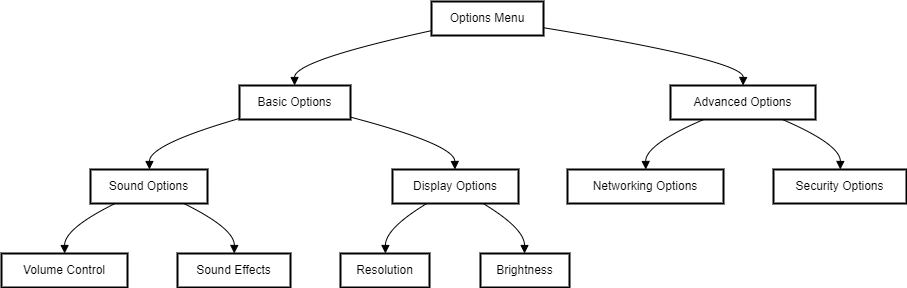
Above: Sleep as Android.drawio.png in Mishasama/draw.io (draw.io), before the change. Source tidied: cells renumbered, new cells last; positions are measured from the earlier drawing's top-left corner, leaving out a move shared by most shapes. The source it was exported from:
```xml
<mxGraphModel>
  <root>
    <mxCell id="0" />
    <mxCell id="1" parent="0" />
    <mxCell id="2" value="Options Menu" style="whiteSpace=wrap;strokeWidth=2;" parent="1" vertex="1">
      <mxGeometry x="430" width="112" height="34" as="geometry" />
    </mxCell>
    <mxCell id="3" value="Basic Options" style="whiteSpace=wrap;strokeWidth=2;" parent="1" vertex="1">
      <mxGeometry x="238" y="84" width="111" height="34" as="geometry" />
    </mxCell>
    <mxCell id="4" value="Advanced Options" style="whiteSpace=wrap;strokeWidth=2;" parent="1" vertex="1">
      <mxGeometry x="669" y="84" width="145" height="34" as="geometry" />
    </mxCell>
    <mxCell id="5" value="Sound Options" style="whiteSpace=wrap;strokeWidth=2;" parent="1" vertex="1">
      <mxGeometry x="89" y="168" width="117" height="34" as="geometry" />
    </mxCell>
    <mxCell id="6" value="Display Options" style="whiteSpace=wrap;strokeWidth=2;" parent="1" vertex="1">
      <mxGeometry x="391" y="168" width="126" height="34" as="geometry" />
    </mxCell>
    <mxCell id="7" value="Networking Options" style="whiteSpace=wrap;strokeWidth=2;" parent="1" vertex="1">
      <mxGeometry x="566" y="168" width="156" height="34" as="geometry" />
    </mxCell>
    <mxCell id="8" value="Security Options" style="whiteSpace=wrap;strokeWidth=2;" parent="1" vertex="1">
      <mxGeometry x="772" y="168" width="133" height="34" as="geometry" />
    </mxCell>
    <mxCell id="9" value="Volume Control" style="whiteSpace=wrap;strokeWidth=2;" parent="1" vertex="1">
      <mxGeometry y="252" width="126" height="34" as="geometry" />
    </mxCell>
    <mxCell id="10" value="Sound Effects" style="whiteSpace=wrap;strokeWidth=2;" parent="1" vertex="1">
      <mxGeometry x="176" y="252" width="113" height="34" as="geometry" />
    </mxCell>
    <mxCell id="11" value="Resolution" style="whiteSpace=wrap;strokeWidth=2;" parent="1" vertex="1">
      <mxGeometry x="339" y="252" width="89" height="34" as="geometry" />
    </mxCell>
    <mxCell id="12" value="Brightness" style="whiteSpace=wrap;strokeWidth=2;" parent="1" vertex="1">
      <mxGeometry x="479" y="252" width="89" height="34" as="geometry" />
    </mxCell>
    <mxCell id="13" style="curved=1;startArrow=none;endArrow=block;exitX=-0.002354213169642857;exitY=0.8591916274249418;entryX=0.49630489864864863;entryY=0;" parent="1" edge="1" source="2" target="3">
      <mxGeometry relative="1" as="geometry">
        <Array as="points">
          <mxPoint x="293" y="59" />
        </Array>
      </mxGeometry>
    </mxCell>
    <mxCell id="14" style="curved=1;startArrow=none;endArrow=block;exitX=0.9980643136160714;exitY=0.7705566145703265;entryX=0.5003367456896551;entryY=0;" parent="1" edge="1" source="2" target="4">
      <mxGeometry relative="1" as="geometry">
        <Array as="points">
          <mxPoint x="742" y="59" />
        </Array>
      </mxGeometry>
    </mxCell>
    <mxCell id="15" style="curved=1;startArrow=none;endArrow=block;exitX=-0.004469313063063063;exitY=0.9730609495571038;entryX=0.5037560096153846;entryY=0;" parent="1" edge="1" source="3" target="5">
      <mxGeometry relative="1" as="geometry">
        <Array as="points">
          <mxPoint x="148" y="143" />
        </Array>
      </mxGeometry>
    </mxCell>
    <mxCell id="16" style="curved=1;startArrow=none;endArrow=block;exitX=0.9970791103603603;exitY=0.9281682956586403;entryX=0.4957062251984127;entryY=0;" parent="1" edge="1" source="3" target="6">
      <mxGeometry relative="1" as="geometry">
        <Array as="points">
          <mxPoint x="453" y="143" />
        </Array>
      </mxGeometry>
    </mxCell>
    <mxCell id="17" style="curved=1;startArrow=none;endArrow=block;exitX=0.22886712335796425;exitY=1;entryX=0.5019155649038461;entryY=0;" parent="1" edge="1" source="4" target="7">
      <mxGeometry relative="1" as="geometry">
        <Array as="points">
          <mxPoint x="644" y="143" />
        </Array>
      </mxGeometry>
    </mxCell>
    <mxCell id="18" style="curved=1;startArrow=none;endArrow=block;exitX=0.7718063680213461;exitY=1;entryX=0.5022468280075187;entryY=0;" parent="1" edge="1" source="4" target="8">
      <mxGeometry relative="1" as="geometry">
        <Array as="points">
          <mxPoint x="839" y="143" />
        </Array>
      </mxGeometry>
    </mxCell>
    <mxCell id="19" style="curved=1;startArrow=none;endArrow=block;exitX=0.2104076840404966;exitY=1;entryX=0.5011470734126984;entryY=0;" parent="1" edge="1" source="5" target="9">
      <mxGeometry relative="1" as="geometry">
        <Array as="points">
          <mxPoint x="63" y="227" />
        </Array>
      </mxGeometry>
    </mxCell>
    <mxCell id="20" style="curved=1;startArrow=none;endArrow=block;exitX=0.7971043351902727;exitY=1;entryX=0.5020741150442478;entryY=0;" parent="1" edge="1" source="5" target="10">
      <mxGeometry relative="1" as="geometry">
        <Array as="points">
          <mxPoint x="233" y="227" />
        </Array>
      </mxGeometry>
    </mxCell>
    <mxCell id="21" style="curved=1;startArrow=none;endArrow=block;exitX=0.27220000413359774;exitY=1;entryX=0.5043012640449438;entryY=0;" parent="1" edge="1" source="6" target="11">
      <mxGeometry relative="1" as="geometry">
        <Array as="points">
          <mxPoint x="384" y="227" />
        </Array>
      </mxGeometry>
    </mxCell>
    <mxCell id="22" style="curved=1;startArrow=none;endArrow=block;exitX=0.7192124462632277;exitY=1;entryX=0.49477703651685395;entryY=0;" parent="1" edge="1" source="6" target="12">
      <mxGeometry relative="1" as="geometry">
        <Array as="points">
          <mxPoint x="523" y="227" />
        </Array>
      </mxGeometry>
    </mxCell>
  </root>
</mxGraphModel>
```
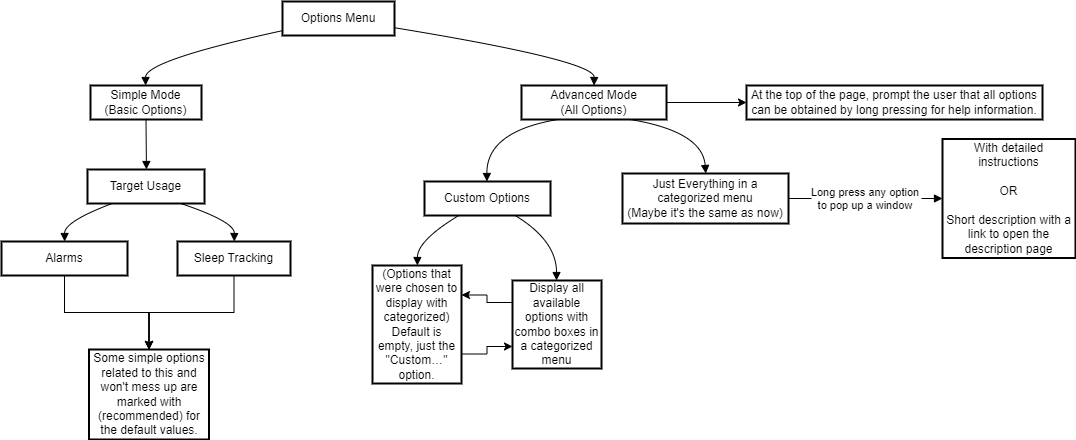
After the commit.

Diff of the diagram source:
```diff
@@ -2,108 +2,127 @@
   <root>
     <mxCell id="0" />
     <mxCell id="1" parent="0" />
-    <mxCell id="2" value="Options Menu" style="whiteSpace=wrap;strokeWidth=2;" parent="1" vertex="1">
+    <mxCell id="2" value="Options Menu" style="whiteSpace=wrap;strokeWidth=2;rounded=0;" parent="1" vertex="1">
       <mxGeometry x="430" width="112" height="34" as="geometry" />
     </mxCell>
-    <mxCell id="3" value="Basic Options" style="whiteSpace=wrap;strokeWidth=2;" parent="1" vertex="1">
+    <mxCell id="3" value="Simple Mode&#10;(Basic Options)" style="whiteSpace=wrap;strokeWidth=2;rounded=0;" parent="1" vertex="1">
       <mxGeometry x="238" y="84" width="111" height="34" as="geometry" />
     </mxCell>
+    <mxCell id="23" style="edgeStyle=orthogonalEdgeStyle;rounded=0;jettySize=auto;html=1;" parent="1" edge="1" source="4" target="31">
+      <mxGeometry relative="1" as="geometry" />
+    </mxCell>
-    <mxCell id="4" value="Advanced Options" style="whiteSpace=wrap;strokeWidth=2;" parent="1" vertex="1">
+    <mxCell id="4" value="Advanced Mode&#10;(All Options)" style="whiteSpace=wrap;strokeWidth=2;rounded=0;" parent="1" vertex="1">
       <mxGeometry x="669" y="84" width="145" height="34" as="geometry" />
     </mxCell>
-    <mxCell id="5" value="Sound Options" style="whiteSpace=wrap;strokeWidth=2;" parent="1" vertex="1">
-      <mxGeometry x="89" y="168" width="117" height="34" as="geometry" />
+    <mxCell id="5" value="Target Usage" style="whiteSpace=wrap;strokeWidth=2;rounded=0;" parent="1" vertex="1">
+      <mxGeometry x="235" y="168" width="117" height="34" as="geometry" />
     </mxCell>
-    <mxCell id="6" value="Display Options" style="whiteSpace=wrap;strokeWidth=2;" parent="1" vertex="1">
-      <mxGeometry x="391" y="168" width="126" height="34" as="geometry" />
+    <mxCell id="6" value="Custom Options" style="whiteSpace=wrap;strokeWidth=2;rounded=0;" parent="1" vertex="1">
+      <mxGeometry x="572" y="180" width="126" height="34" as="geometry" />
     </mxCell>
-    <mxCell id="7" value="Networking Options" style="whiteSpace=wrap;strokeWidth=2;" parent="1" vertex="1">
-      <mxGeometry x="566" y="168" width="156" height="34" as="geometry" />
+    <mxCell id="7" value="Just Everything in a categorized menu&#10;(Maybe it's the same as now)" style="whiteSpace=wrap;strokeWidth=2;rounded=0;" parent="1" vertex="1">
+      <mxGeometry x="770" y="172" width="166" height="50" as="geometry" />
     </mxCell>
-    <mxCell id="8" value="Security Options" style="whiteSpace=wrap;strokeWidth=2;" parent="1" vertex="1">
-      <mxGeometry x="772" y="168" width="133" height="34" as="geometry" />
+    <mxCell id="8" value="With detailed instructions&#10;&#10;OR&#10;&#10;Short description with a link to open the description page" style="whiteSpace=wrap;strokeWidth=2;rounded=0;" parent="1" vertex="1">
+      <mxGeometry x="1090" y="137.5" width="133" height="119" as="geometry" />
     </mxCell>
+    <mxCell id="24" style="edgeStyle=orthogonalEdgeStyle;rounded=0;jettySize=auto;html=1;" parent="1" edge="1" source="9" target="30">
+      <mxGeometry relative="1" as="geometry" />
+    </mxCell>
+    <mxCell id="25" style="edgeStyle=orthogonalEdgeStyle;rounded=0;jettySize=auto;html=1;" parent="1" edge="1" source="9" target="30">
+      <mxGeometry relative="1" as="geometry" />
+    </mxCell>
+    <mxCell id="26" style="edgeStyle=orthogonalEdgeStyle;rounded=0;jettySize=auto;html=1;" parent="1" edge="1" source="9" target="30">
+      <mxGeometry relative="1" as="geometry" />
+    </mxCell>
-    <mxCell id="9" value="Volume Control" style="whiteSpace=wrap;strokeWidth=2;" parent="1" vertex="1">
-      <mxGeometry y="252" width="126" height="34" as="geometry" />
+    <mxCell id="9" value="Alarms" style="whiteSpace=wrap;strokeWidth=2;rounded=0;" parent="1" vertex="1">
+      <mxGeometry x="149" y="240" width="126" height="34" as="geometry" />
     </mxCell>
+    <mxCell id="27" style="edgeStyle=orthogonalEdgeStyle;rounded=0;jettySize=auto;html=1;" parent="1" edge="1" source="10" target="30">
+      <mxGeometry relative="1" as="geometry" />
+    </mxCell>
-    <mxCell id="10" value="Sound Effects" style="whiteSpace=wrap;strokeWidth=2;" parent="1" vertex="1">
-      <mxGeometry x="176" y="252" width="113" height="34" as="geometry" />
+    <mxCell id="10" value="Sleep Tracking" style="whiteSpace=wrap;strokeWidth=2;rounded=0;" parent="1" vertex="1">
+      <mxGeometry x="325" y="240" width="113" height="34" as="geometry" />
     </mxCell>
+    <mxCell id="28" style="edgeStyle=orthogonalEdgeStyle;rounded=0;hachureGap=4;jettySize=auto;html=1;exitX=1;exitY=0.75;exitDx=0;exitDy=0;fontFamily=Architects Daughter;fontSource=https%3A%2F%2Ffonts.googleapis.com%2Fcss%3Ffamily%3DArchitects%2BDaughter;fontSize=16;entryX=0;entryY=0.75;entryDx=0;entryDy=0;" parent="1" edge="1" source="11" target="12">
+      <mxGeometry relative="1" as="geometry" />
+    </mxCell>
-    <mxCell id="11" value="Resolution" style="whiteSpace=wrap;strokeWidth=2;" parent="1" vertex="1">
-      <mxGeometry x="339" y="252" width="89" height="34" as="geometry" />
+    <mxCell id="11" value="(Options that were chosen to display with categorized)&#10;Default is empty, just the &quot;Custom…&quot; option." style="whiteSpace=wrap;strokeWidth=2;labelBackgroundColor=none;labelBorderColor=none;gradientColor=none;fillColor=default;rounded=0;" parent="1" vertex="1">
+      <mxGeometry x="520" y="264" width="89" height="118" as="geometry" />
     </mxCell>
+    <mxCell id="29" style="edgeStyle=orthogonalEdgeStyle;rounded=0;hachureGap=4;jettySize=auto;html=1;exitX=0;exitY=0.25;exitDx=0;exitDy=0;entryX=1;entryY=0.25;entryDx=0;entryDy=0;fontFamily=Architects Daughter;fontSource=https%3A%2F%2Ffonts.googleapis.com%2Fcss%3Ffamily%3DArchitects%2BDaughter;fontSize=16;" parent="1" edge="1" source="12" target="11">
+      <mxGeometry relative="1" as="geometry" />
+    </mxCell>
-    <mxCell id="12" value="Brightness" style="whiteSpace=wrap;strokeWidth=2;" parent="1" vertex="1">
-      <mxGeometry x="479" y="252" width="89" height="34" as="geometry" />
+    <mxCell id="12" value="Display all available options with combo boxes in a categorized menu" style="whiteSpace=wrap;strokeWidth=2;rounded=0;" parent="1" vertex="1">
+      <mxGeometry x="660" y="279" width="89" height="88" as="geometry" />
     </mxCell>
-    <mxCell id="13" style="curved=1;startArrow=none;endArrow=block;exitX=-0.002354213169642857;exitY=0.8591916274249418;entryX=0.49630489864864863;entryY=0;" parent="1" edge="1" source="2" target="3">
+    <mxCell id="13" style="curved=1;startArrow=none;endArrow=block;exitX=-0.002354213169642857;exitY=0.8591916274249418;entryX=0.49630489864864863;entryY=0;rounded=0;" parent="1" edge="1" source="2" target="3">
       <mxGeometry relative="1" as="geometry">
         <Array as="points">
           <mxPoint x="293" y="59" />
         </Array>
       </mxGeometry>
     </mxCell>
-    <mxCell id="14" style="curved=1;startArrow=none;endArrow=block;exitX=0.9980643136160714;exitY=0.7705566145703265;entryX=0.5003367456896551;entryY=0;" parent="1" edge="1" source="2" target="4">
+    <mxCell id="14" style="curved=1;startArrow=none;endArrow=block;exitX=0.9980643136160714;exitY=0.7705566145703265;entryX=0.5003367456896551;entryY=0;rounded=0;" parent="1" edge="1" source="2" target="4">
       <mxGeometry relative="1" as="geometry">
         <Array as="points">
           <mxPoint x="742" y="59" />
         </Array>
       </mxGeometry>
     </mxCell>
-    <mxCell id="15" style="curved=1;startArrow=none;endArrow=block;exitX=-0.004469313063063063;exitY=0.9730609495571038;entryX=0.5037560096153846;entryY=0;" parent="1" edge="1" source="3" target="5">
-      <mxGeometry relative="1" as="geometry">
-        <Array as="points">
-          <mxPoint x="148" y="143" />
-        </Array>
-      </mxGeometry>
+    <mxCell id="15" style="curved=1;startArrow=none;endArrow=block;exitX=0.5;exitY=1;entryX=0.5037560096153846;entryY=0;rounded=0;exitDx=0;exitDy=0;" parent="1" edge="1" source="3" target="5">
+      <mxGeometry relative="1" as="geometry" />
     </mxCell>
-    <mxCell id="16" style="curved=1;startArrow=none;endArrow=block;exitX=0.9970791103603603;exitY=0.9281682956586403;entryX=0.4957062251984127;entryY=0;" parent="1" edge="1" source="3" target="6">
+    <mxCell id="16" style="curved=1;startArrow=none;endArrow=block;exitX=0.25;exitY=1;entryX=0.4957062251984127;entryY=0;rounded=0;exitDx=0;exitDy=0;" parent="1" edge="1" source="4" target="6">
       <mxGeometry relative="1" as="geometry">
         <Array as="points">
-          <mxPoint x="453" y="143" />
+          <mxPoint x="634" y="130" />
         </Array>
       </mxGeometry>
     </mxCell>
-    <mxCell id="17" style="curved=1;startArrow=none;endArrow=block;exitX=0.22886712335796425;exitY=1;entryX=0.5019155649038461;entryY=0;" parent="1" edge="1" source="4" target="7">
+    <mxCell id="17" style="curved=1;startArrow=none;endArrow=block;exitX=0.75;exitY=1;entryX=0.5019155649038461;entryY=0;rounded=0;exitDx=0;exitDy=0;" parent="1" edge="1" source="4" target="7">
       <mxGeometry relative="1" as="geometry">
         <Array as="points">
-          <mxPoint x="644" y="143" />
+          <mxPoint x="850" y="130" />
         </Array>
       </mxGeometry>
     </mxCell>
-    <mxCell id="18" style="curved=1;startArrow=none;endArrow=block;exitX=0.7718063680213461;exitY=1;entryX=0.5022468280075187;entryY=0;" parent="1" edge="1" source="4" target="8">
-      <mxGeometry relative="1" as="geometry">
-        <Array as="points">
-          <mxPoint x="839" y="143" />
-        </Array>
-      </mxGeometry>
+    <mxCell id="18" value="Long press any option&#10;to pop up a window" style="curved=1;startArrow=none;endArrow=block;exitX=1;exitY=0.5;exitDx=0;exitDy=0;entryX=0;entryY=0.5;entryDx=0;entryDy=0;rounded=0;" parent="1" edge="1" source="7" target="8">
+      <mxGeometry relative="1" as="geometry" />
     </mxCell>
-    <mxCell id="19" style="curved=1;startArrow=none;endArrow=block;exitX=0.2104076840404966;exitY=1;entryX=0.5011470734126984;entryY=0;" parent="1" edge="1" source="5" target="9">
+    <mxCell id="19" style="curved=1;startArrow=none;endArrow=block;exitX=0.2104076840404966;exitY=1;entryX=0.5011470734126984;entryY=0;rounded=0;" parent="1" edge="1" source="5" target="9">
       <mxGeometry relative="1" as="geometry">
         <Array as="points">
-          <mxPoint x="63" y="227" />
+          <mxPoint x="212" y="220" />
         </Array>
       </mxGeometry>
     </mxCell>
-    <mxCell id="20" style="curved=1;startArrow=none;endArrow=block;exitX=0.7971043351902727;exitY=1;entryX=0.5020741150442478;entryY=0;" parent="1" edge="1" source="5" target="10">
+    <mxCell id="20" style="curved=1;startArrow=none;endArrow=block;exitX=0.7971043351902727;exitY=1;entryX=0.5020741150442478;entryY=0;rounded=0;" parent="1" edge="1" source="5" target="10">
       <mxGeometry relative="1" as="geometry">
         <Array as="points">
-          <mxPoint x="233" y="227" />
+          <mxPoint x="382" y="220" />
         </Array>
       </mxGeometry>
     </mxCell>
-    <mxCell id="21" style="curved=1;startArrow=none;endArrow=block;exitX=0.27220000413359774;exitY=1;entryX=0.5043012640449438;entryY=0;" parent="1" edge="1" source="6" target="11">
+    <mxCell id="21" style="curved=1;startArrow=none;endArrow=block;exitX=0.27220000413359774;exitY=1;entryX=0.5043012640449438;entryY=0;rounded=0;" parent="1" edge="1" source="6" target="11">
       <mxGeometry relative="1" as="geometry">
         <Array as="points">
-          <mxPoint x="384" y="227" />
+          <mxPoint x="565" y="239" />
         </Array>
       </mxGeometry>
     </mxCell>
-    <mxCell id="22" style="curved=1;startArrow=none;endArrow=block;exitX=0.7192124462632277;exitY=1;entryX=0.49477703651685395;entryY=0;" parent="1" edge="1" source="6" target="12">
+    <mxCell id="22" style="curved=1;startArrow=none;endArrow=block;exitX=0.7192124462632277;exitY=1;entryX=0.49477703651685395;entryY=0;rounded=0;" parent="1" edge="1" source="6" target="12">
       <mxGeometry relative="1" as="geometry">
         <Array as="points">
-          <mxPoint x="523" y="227" />
+          <mxPoint x="704" y="239" />
         </Array>
       </mxGeometry>
     </mxCell>
+    <mxCell id="30" value="Some simple options related to this and won't mess up are marked with (recommended) for the default values." style="whiteSpace=wrap;html=1;strokeWidth=2;rounded=0;" parent="1" vertex="1">
+      <mxGeometry x="236.5" y="348" width="120" height="90" as="geometry" />
+    </mxCell>
+    <mxCell id="31" value="At the top of the page, prompt the user that all options can be obtained by long pressing for help information." style="whiteSpace=wrap;strokeWidth=2;rounded=0;" parent="1" vertex="1">
+      <mxGeometry x="894" y="84" width="296" height="34" as="geometry" />
+    </mxCell>
   </root>
 </mxGraphModel>
```
